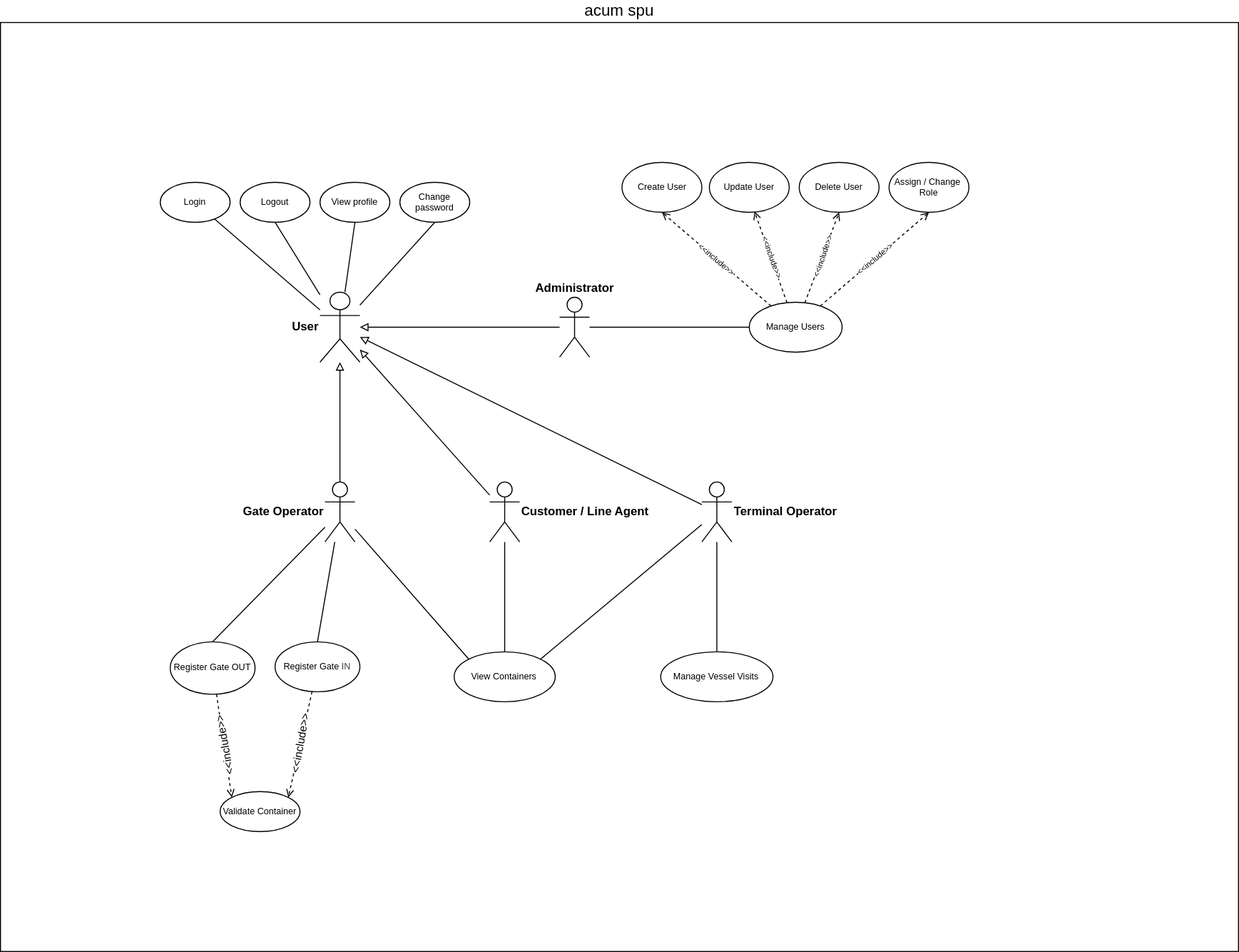
This is MaritimeOps_UseCase_v2.svg from alyersin/PROIECT-LICENTA, a draw.io export, as it was before one commit. Source tidied: cells renumbered, new cells last; positions are measured from the earlier drawing's top-left corner, leaving out a move shared by most shapes.
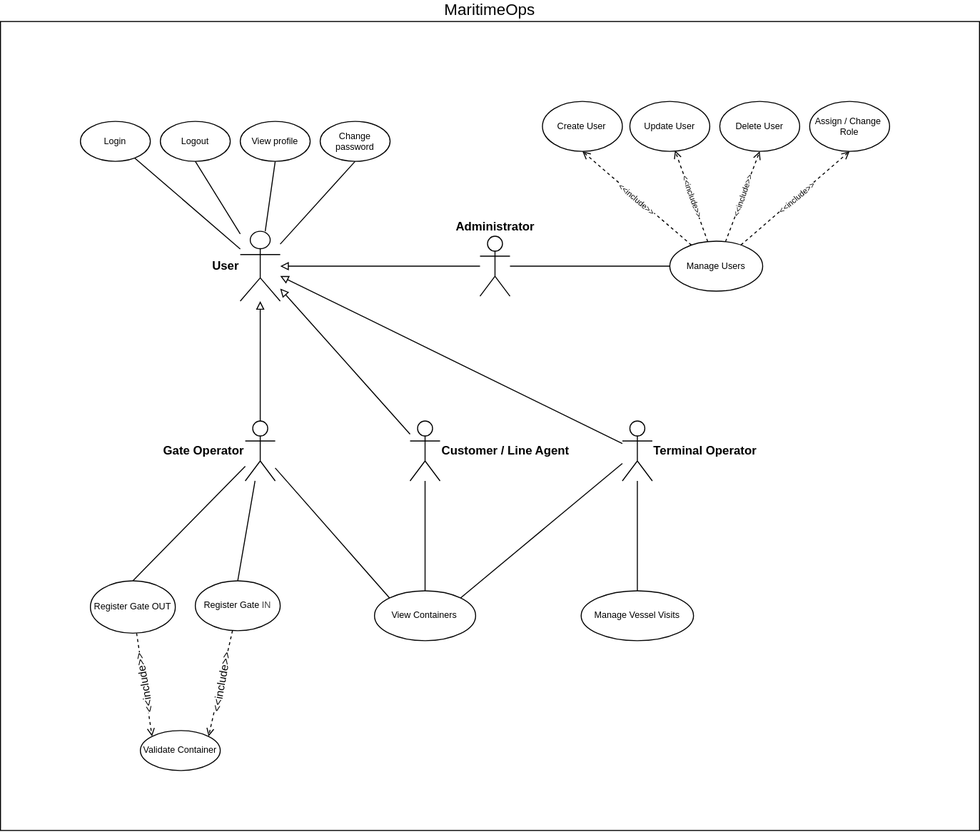
Later version of the same file.

What changed in the source:
```diff
@@ -2,8 +2,8 @@
   <root>
     <mxCell id="0" />
     <mxCell id="1" parent="0" />
-    <mxCell id="2" value="acum spu" style="rounded=0;whiteSpace=wrap;html=1;labelPosition=center;verticalLabelPosition=top;align=center;verticalAlign=bottom;fontSize=16;" parent="1" vertex="1">
-      <mxGeometry width="1240" height="930" as="geometry" />
+    <mxCell id="2" value="MaritimeOps" style="rounded=0;whiteSpace=wrap;html=1;labelPosition=center;verticalLabelPosition=top;align=center;verticalAlign=bottom;fontSize=16;" parent="1" vertex="1">
+      <mxGeometry x="80" y="60" width="980" height="810" as="geometry" />
     </mxCell>
     <mxCell id="3" style="edgeStyle=none;html=1;entryX=0;entryY=0.5;entryDx=0;entryDy=0;endArrow=none;endFill=0;" parent="1" edge="1" source="5" target="26">
       <mxGeometry relative="1" as="geometry" />
```
